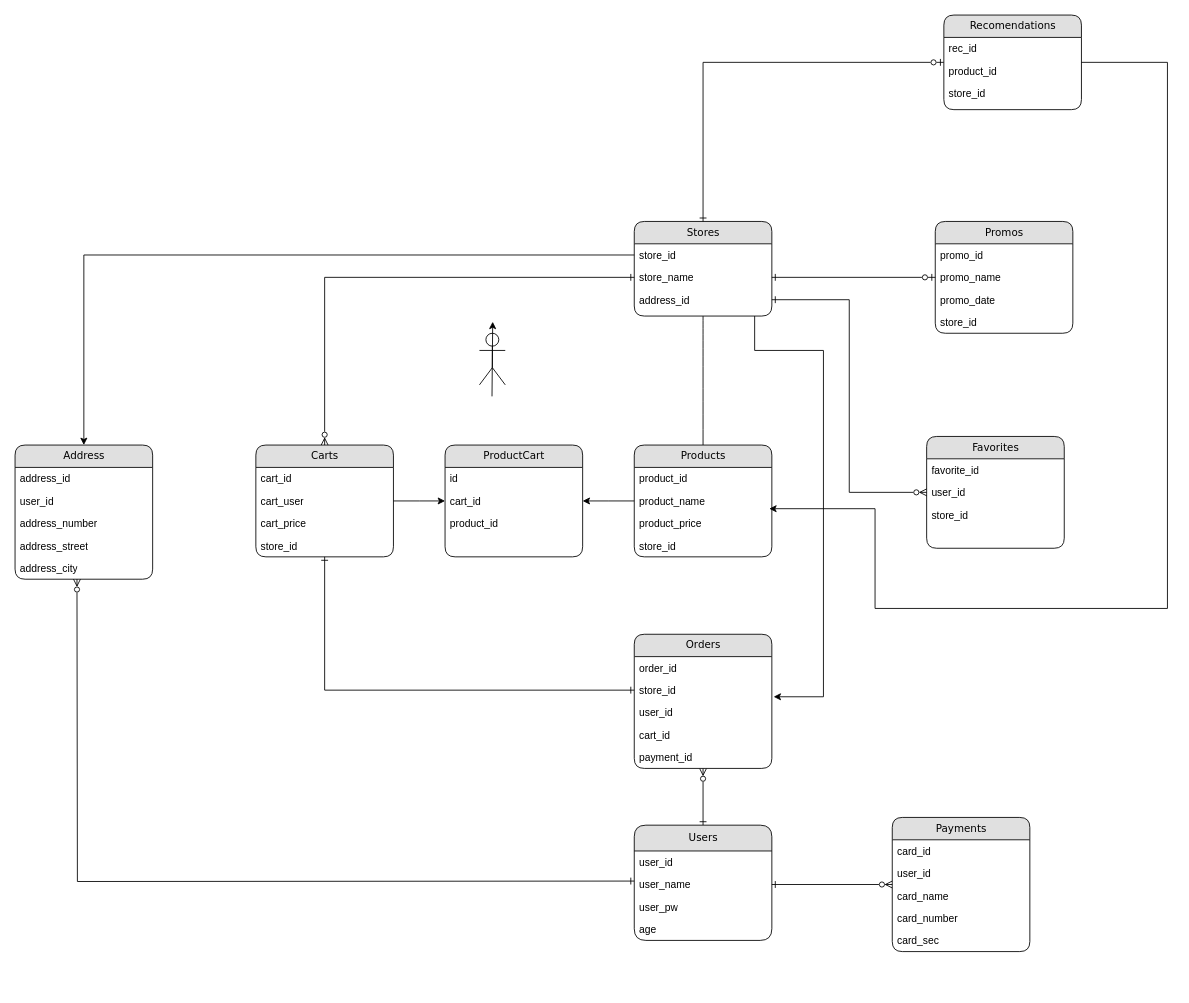
The draw.io diagram DatabaseModel/Model.drawio in babislz/FoodSpace, before the edit. Source tidied: cells renumbered, new cells numbered last; positions are measured from the earlier drawing's top-left corner, leaving out a move shared by most shapes. Both pictures are drawn from the tidied source at 86%, with x=0, y=0 at pixel (15, 15).
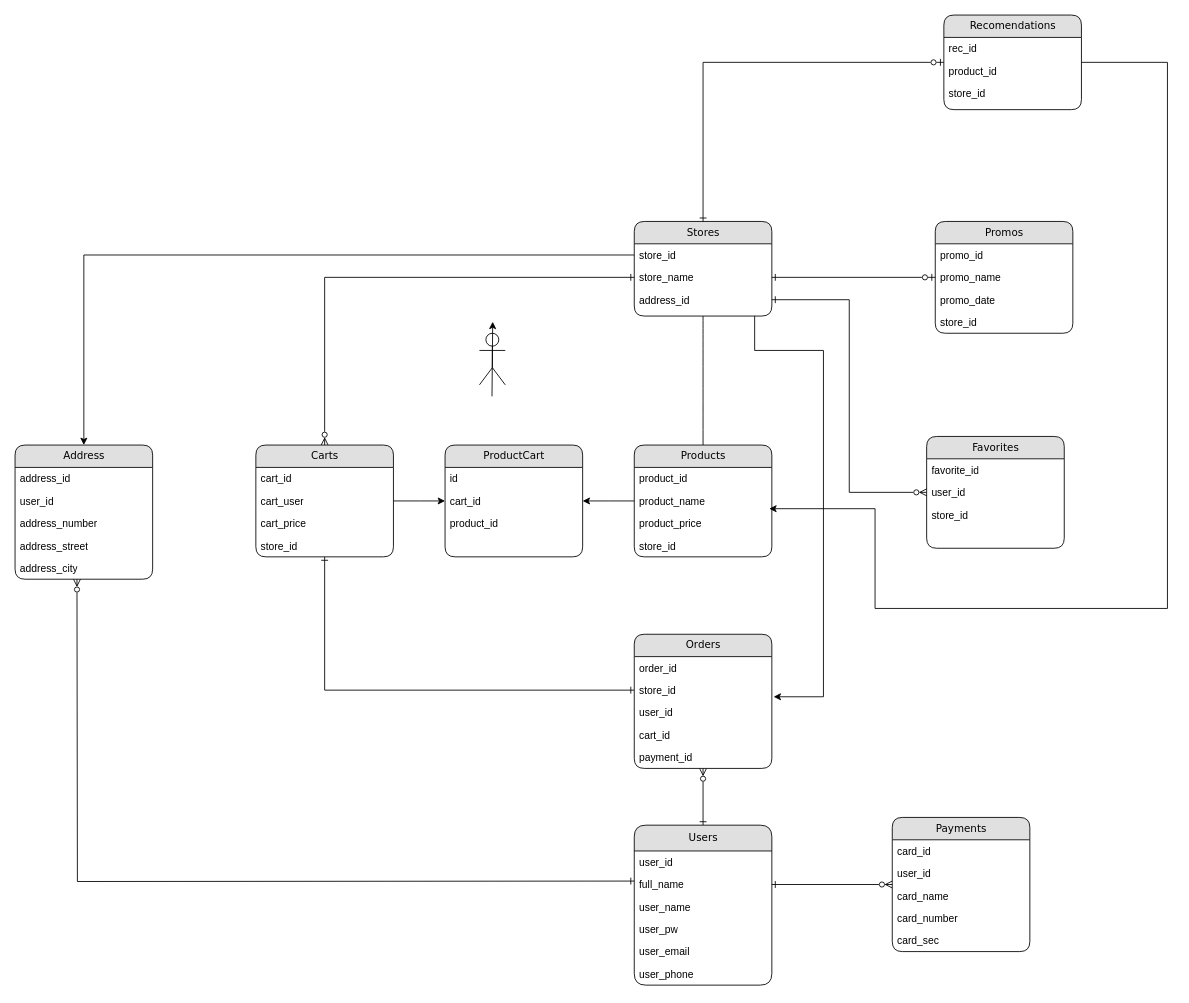
After the change.

Commit message (it also covers changes not shown here):
user table alteration

Change to the diagram source:
```diff
@@
     <mxCell id="3" value="Users" style="swimlane;html=1;fontStyle=0;horizontal=1;startSize=30;fillColor=#e0e0e0;swimlaneFillColor=#ffffff;align=center;rounded=1;shadow=0;comic=0;labelBackgroundColor=none;strokeWidth=1;fontFamily=Verdana;fontSize=12;" parent="1" vertex="1">
-      <mxGeometry x="720" y="942" width="160" height="134" as="geometry" />
+      <mxGeometry x="720" y="942" width="160" height="186" as="geometry" />
     </mxCell>
@@
-    <mxCell id="5" value="user_name" style="text;html=1;strokeColor=none;fillColor=none;spacingLeft=4;spacingRight=4;whiteSpace=wrap;overflow=hidden;points=[[0,0.5],[1,0.5]];portConstraint=eastwest;" parent="3" vertex="1">
+    <mxCell id="5" value="full_name" style="text;html=1;strokeColor=none;fillColor=none;spacingLeft=4;spacingRight=4;whiteSpace=wrap;overflow=hidden;points=[[0,0.5],[1,0.5]];portConstraint=eastwest;" parent="3" vertex="1">
       <mxGeometry y="56" width="160" height="26" as="geometry" />
     </mxCell>
+    <mxCell id="72" value="user_name" style="text;html=1;strokeColor=none;fillColor=none;spacingLeft=4;spacingRight=4;whiteSpace=wrap;overflow=hidden;" parent="3" vertex="1">
+      <mxGeometry y="82" width="160" height="26" as="geometry" />
+    </mxCell>
     <mxCell id="6" value="user_pw" style="text;html=1;strokeColor=none;fillColor=none;spacingLeft=4;spacingRight=4;whiteSpace=wrap;overflow=hidden;" parent="3" vertex="1">
-      <mxGeometry y="82" width="160" height="26" as="geometry" />
+      <mxGeometry y="108" width="160" height="26" as="geometry" />
     </mxCell>
-    <mxCell id="7" value="age" style="text;html=1;strokeColor=none;fillColor=none;spacingLeft=4;spacingRight=4;whiteSpace=wrap;overflow=hidden;" parent="3" vertex="1">
-      <mxGeometry y="108" width="160" height="26" as="geometry" />
-    </mxCell>
+    <mxCell id="73" value="user_email" style="text;html=1;strokeColor=none;fillColor=none;spacingLeft=4;spacingRight=4;whiteSpace=wrap;overflow=hidden;" parent="3" vertex="1">
+      <mxGeometry y="134" width="160" height="26" as="geometry" />
+    </mxCell>
+    <mxCell id="74" value="user_phone" style="text;html=1;strokeColor=none;fillColor=none;spacingLeft=4;spacingRight=4;whiteSpace=wrap;overflow=hidden;" parent="3" vertex="1">
+      <mxGeometry y="160" width="160" height="26" as="geometry" />
+    </mxCell>
```
